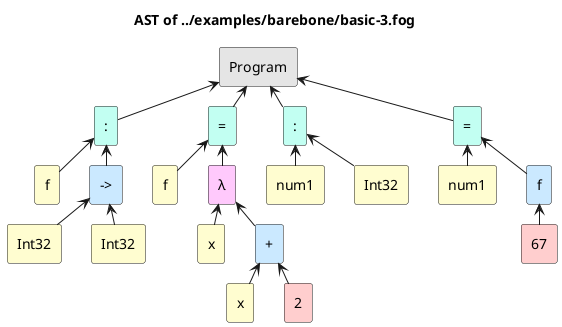
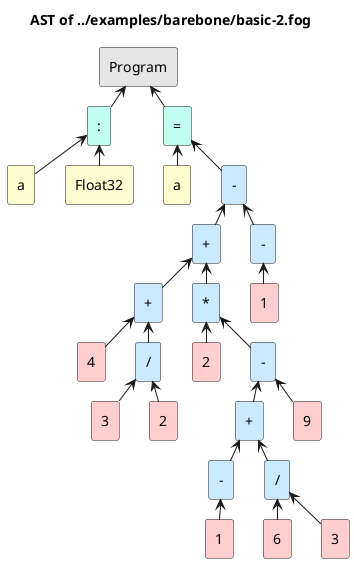
- @startuml AST of ../examples/barebone/basic-3.fog
- title AST of ../examples/barebone/basic-3.fog
+ @startuml AST of ../examples/barebone/basic-2.fog
+ title AST of ../examples/barebone/basic-2.fog
skinparam nodesep 30
skinparam ranksep 20
rectangle "Program" as n0 #e5e5e5
rectangle ":" as n1 #c2fff2
- rectangle "f" as n2 #fffdd0
- rectangle "->" as n3 #cbe9ff
- rectangle "Int32" as n4 #fffdd0
- n3 <-- n4
- rectangle "Int32" as n5 #fffdd0
- n3 <-- n5
+ rectangle "a" as n2 #fffdd0
+ rectangle "Float32" as n3 #fffdd0
n1 <-- n2
n1 <-- n3
n0 <-- n1
- rectangle "=" as n6 #c2fff2
- rectangle "f" as n7 #fffdd0
- rectangle "λ" as n8 #ffc9fc
- rectangle "x" as n9 #fffdd0
- rectangle "+" as n10 #cbe9ff
- rectangle "x" as n11 #fffdd0
+ rectangle "=" as n4 #c2fff2
+ rectangle "a" as n5 #fffdd0
+ rectangle "-" as n6 #cbe9ff
+ rectangle "+" as n7 #cbe9ff
+ rectangle "+" as n8 #cbe9ff
+ rectangle "4" as n9 #ffcece
+ n8 <-- n9
+ rectangle "/" as n10 #cbe9ff
+ rectangle "3" as n11 #ffcece
n10 <-- n11
rectangle "2" as n12 #ffcece
n10 <-- n12
- n8 <-- n9
n8 <-- n10
+ n7 <-- n8
+ rectangle "*" as n13 #cbe9ff
+ rectangle "2" as n14 #ffcece
+ n13 <-- n14
+ rectangle "-" as n15 #cbe9ff
+ rectangle "+" as n16 #cbe9ff
+ rectangle "-" as n17 #cbe9ff
+ rectangle "1" as n18 #ffcece
+ n17 <-- n18
+ n16 <-- n17
+ rectangle "/" as n19 #cbe9ff
+ rectangle "6" as n20 #ffcece
+ n19 <-- n20
+ rectangle "3" as n21 #ffcece
+ n19 <-- n21
+ n16 <-- n19
+ n15 <-- n16
+ rectangle "9" as n22 #ffcece
+ n15 <-- n22
+ n13 <-- n15
+ n7 <-- n13
n6 <-- n7
- n6 <-- n8
- n0 <-- n6
- rectangle ":" as n13 #c2fff2
- rectangle "num1" as n14 #fffdd0
- rectangle "Int32" as n15 #fffdd0
- n13 <-- n14
- n13 <-- n15
- n0 <-- n13
- rectangle "=" as n16 #c2fff2
- rectangle "num1" as n17 #fffdd0
- rectangle "f" as n18 #cbe9ff
- rectangle "67" as n19 #ffcece
- n18 <-- n19
- n16 <-- n17
- n16 <-- n18
- n0 <-- n16
+ rectangle "-" as n23 #cbe9ff
+ rectangle "1" as n24 #ffcece
+ n23 <-- n24
+ n6 <-- n23
+ n4 <-- n5
+ n4 <-- n6
+ n0 <-- n4
@enduml
